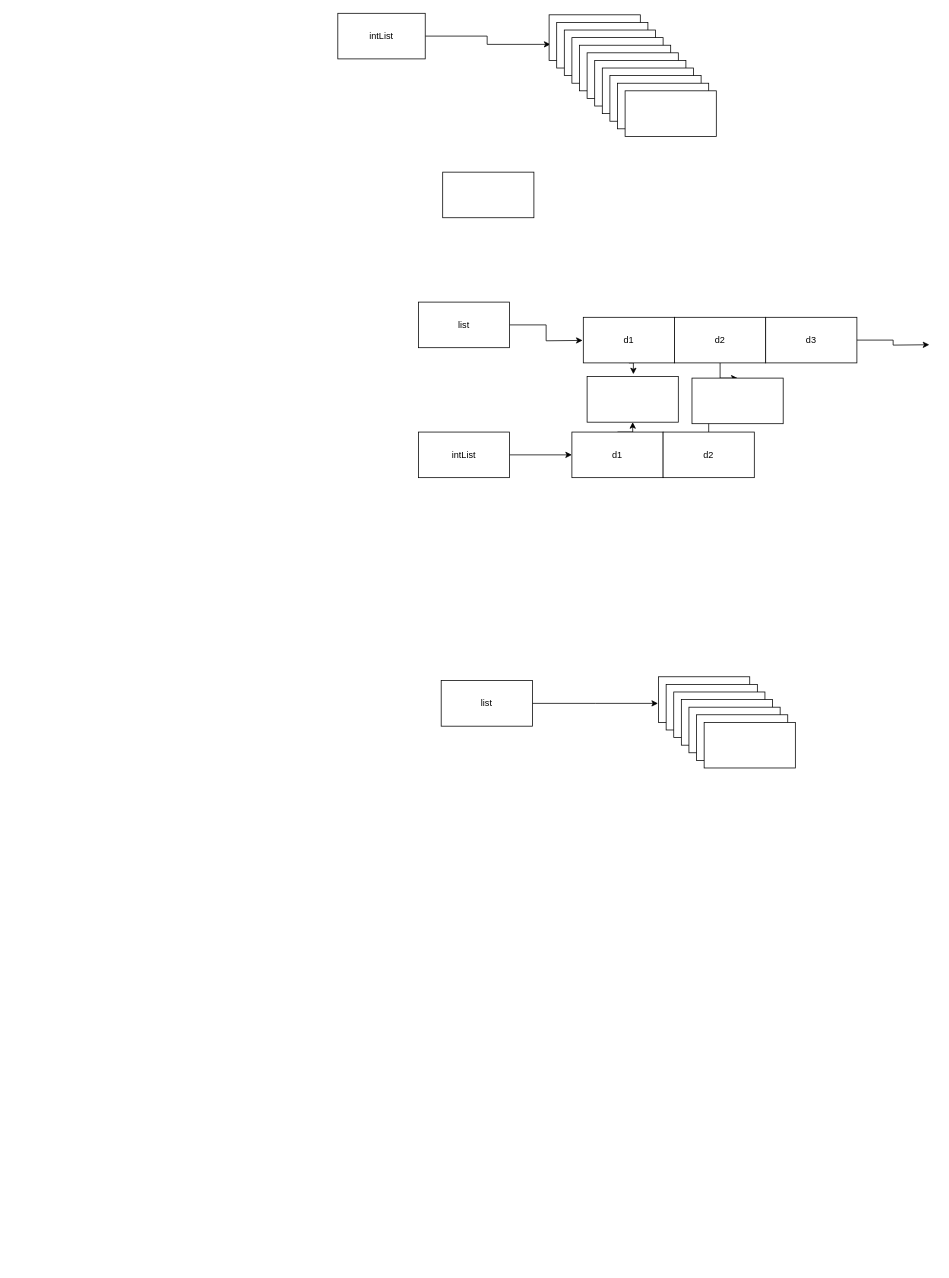
RenJiyun/psyduck keeps this draw.io diagram as doc/temp.dio. Above is the earlier version. Source tidied: cells renumbered, new cells numbered last; positions are measured from the earlier drawing's top-left corner, leaving out a move shared by most shapes. Both pictures are drawn from the tidied source at 76%, with x=0, y=0 at pixel (337, 13).
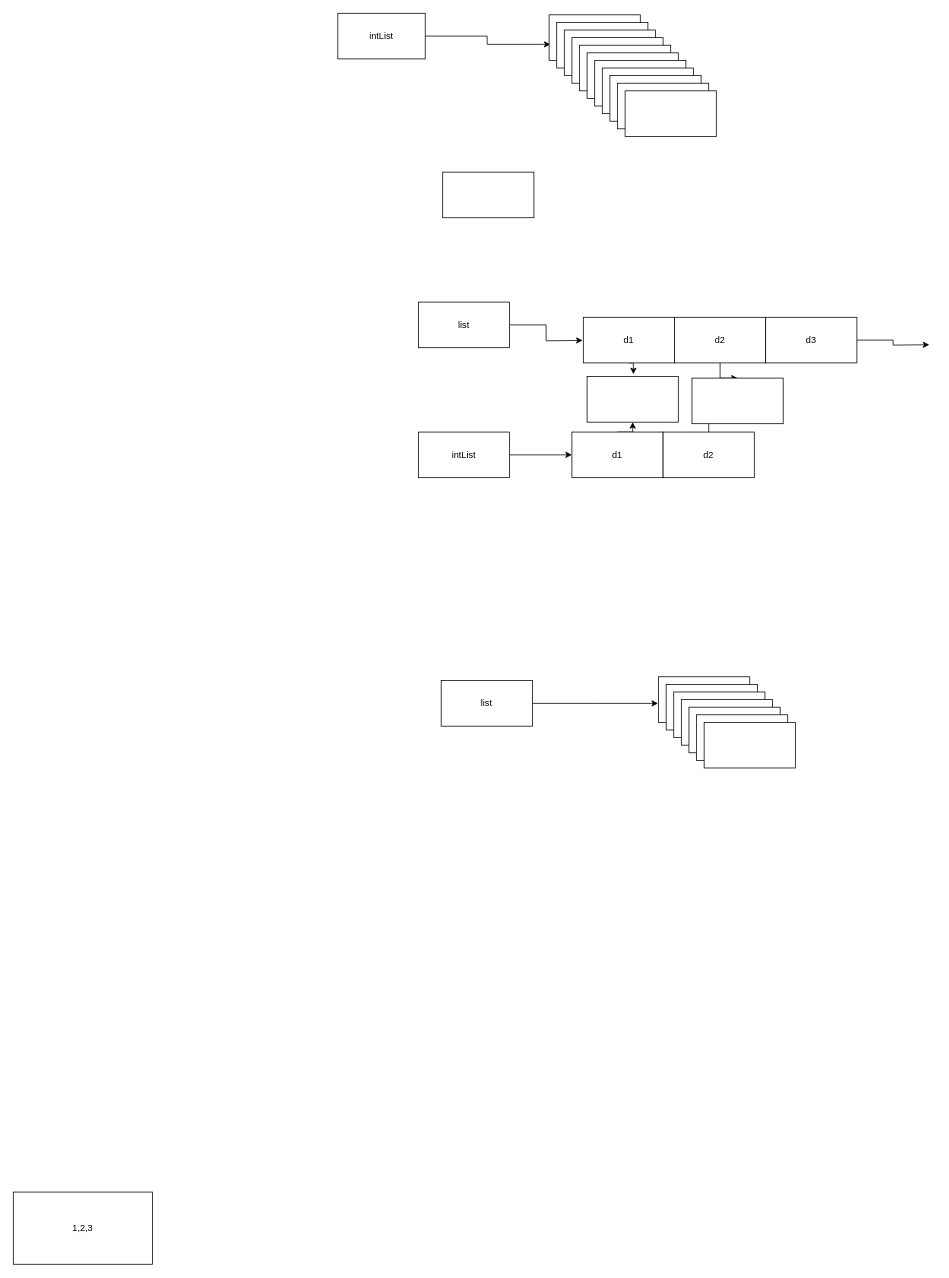
Above is the later version.

What changed in the source:
```diff
@@
+    <mxCell id="41" value="1,2,3" style="rounded=0;whiteSpace=wrap;html=1;" parent="1" vertex="1">
+      <mxGeometry x="-427" y="1551" width="183" height="95" as="geometry" />
+    </mxCell>
```
